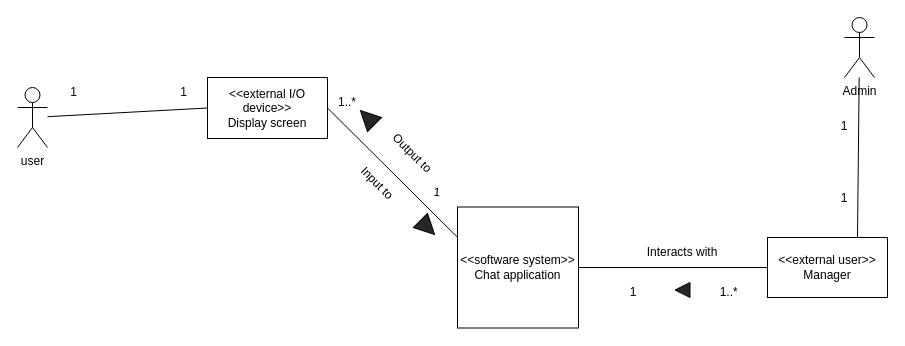
Carl-Johnsons/Chat-Application keeps this draw.io diagram as docs/System Context Diagram/software-context-diagram.drawio. Above is the earlier version. Source tidied: cells renumbered, new cells numbered last; positions are measured from the earlier drawing's top-left corner, leaving out a move shared by most shapes. Both pictures are drawn from the tidied source at 100%, with x=0, y=0 at pixel (17, 17).
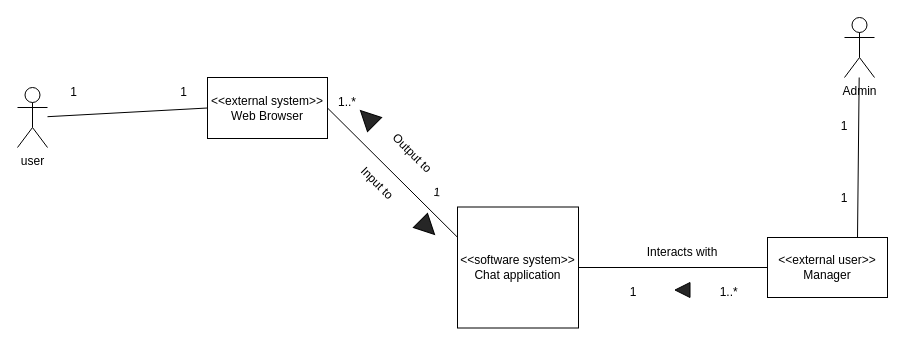
The same page after the edit.

The edit, as a diff of the source:
```diff
@@
-    <mxCell id="5" value="&amp;lt;&amp;lt;external I/O device&amp;gt;&amp;gt;&lt;br&gt;Display screen" style="rounded=0;whiteSpace=wrap;html=1;" parent="1" vertex="1">
+    <mxCell id="5" value="&amp;lt;&amp;lt;external system&amp;gt;&amp;gt;&lt;br&gt;Web Browser" style="rounded=0;whiteSpace=wrap;html=1;" parent="1" vertex="1">
       <mxGeometry x="190" y="60" width="120" height="61" as="geometry" />
     </mxCell>
```
